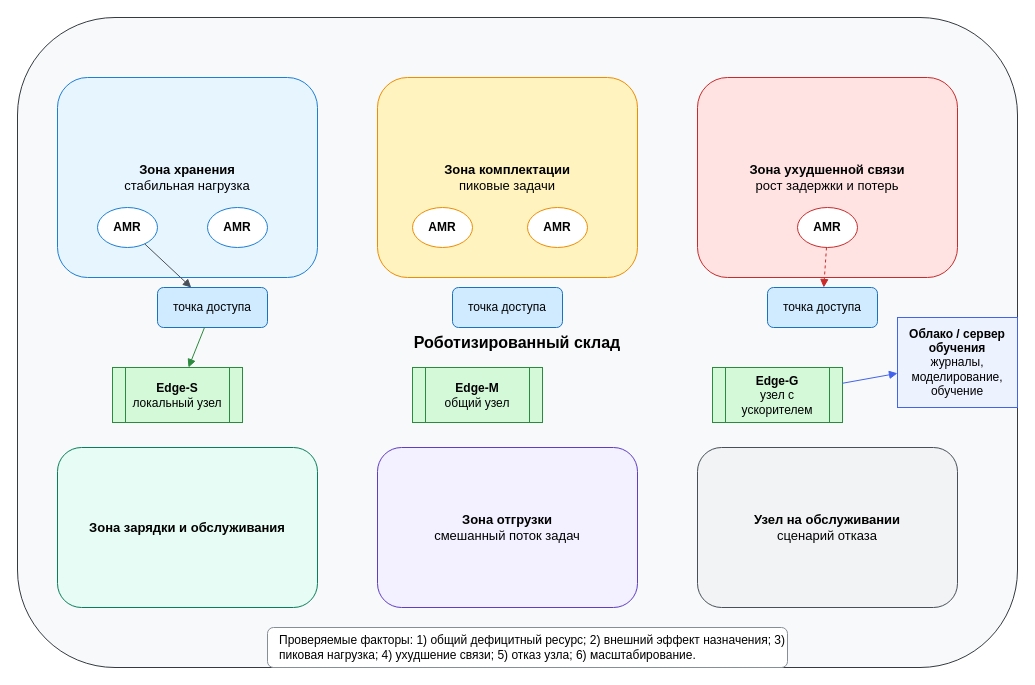
Above: Dissertation/images/drawio/ch6_warehouse_scenario.drawio in Dima12101/SPbU-Phd-LaTeX-Dissertation (draw.io), before the change. Source tidied: cells renumbered, new cells numbered last; positions are measured from the earlier drawing's top-left corner, leaving out a move shared by most shapes. Both pictures are drawn from the tidied source at 100%, with x=0, y=0 at pixel (17, 17).
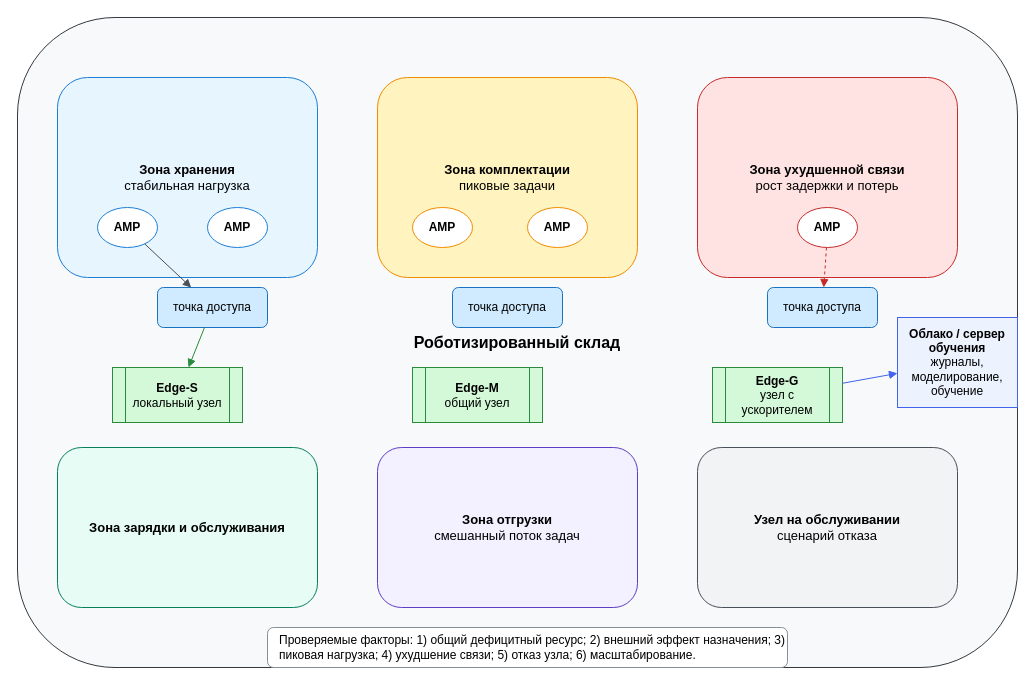
After the change.

The edit, as a diff of the source:
```diff
@@
-    <mxCell id="9" value="AMR" style="ellipse;whiteSpace=wrap;html=1;fillColor=#ffffff;strokeColor=#1c7ed6;fontSize=12;fontStyle=1;" parent="1" vertex="1">
+    <mxCell id="9" value="АМР" style="ellipse;whiteSpace=wrap;html=1;fillColor=#ffffff;strokeColor=#1c7ed6;fontSize=12;fontStyle=1;" parent="1" vertex="1">
       <mxGeometry x="80" y="190" width="60" height="40" as="geometry" />
     </mxCell>
-    <mxCell id="10" value="AMR" style="ellipse;whiteSpace=wrap;html=1;fillColor=#ffffff;strokeColor=#1c7ed6;fontSize=12;fontStyle=1;" parent="1" vertex="1">
+    <mxCell id="10" value="АМР" style="ellipse;whiteSpace=wrap;html=1;fillColor=#ffffff;strokeColor=#1c7ed6;fontSize=12;fontStyle=1;" parent="1" vertex="1">
       <mxGeometry x="190" y="190" width="60" height="40" as="geometry" />
     </mxCell>
-    <mxCell id="11" value="AMR" style="ellipse;whiteSpace=wrap;html=1;fillColor=#ffffff;strokeColor=#f08c00;fontSize=12;fontStyle=1;" parent="1" vertex="1">
+    <mxCell id="11" value="АМР" style="ellipse;whiteSpace=wrap;html=1;fillColor=#ffffff;strokeColor=#f08c00;fontSize=12;fontStyle=1;" parent="1" vertex="1">
       <mxGeometry x="395" y="190" width="60" height="40" as="geometry" />
     </mxCell>
-    <mxCell id="12" value="AMR" style="ellipse;whiteSpace=wrap;html=1;fillColor=#ffffff;strokeColor=#f08c00;fontSize=12;fontStyle=1;" parent="1" vertex="1">
+    <mxCell id="12" value="АМР" style="ellipse;whiteSpace=wrap;html=1;fillColor=#ffffff;strokeColor=#f08c00;fontSize=12;fontStyle=1;" parent="1" vertex="1">
       <mxGeometry x="510" y="190" width="60" height="40" as="geometry" />
     </mxCell>
-    <mxCell id="13" value="AMR" style="ellipse;whiteSpace=wrap;html=1;fillColor=#ffffff;strokeColor=#c92a2a;fontSize=12;fontStyle=1;" parent="1" vertex="1">
+    <mxCell id="13" value="АМР" style="ellipse;whiteSpace=wrap;html=1;fillColor=#ffffff;strokeColor=#c92a2a;fontSize=12;fontStyle=1;" parent="1" vertex="1">
       <mxGeometry x="780" y="190" width="60" height="40" as="geometry" />
     </mxCell>
```
